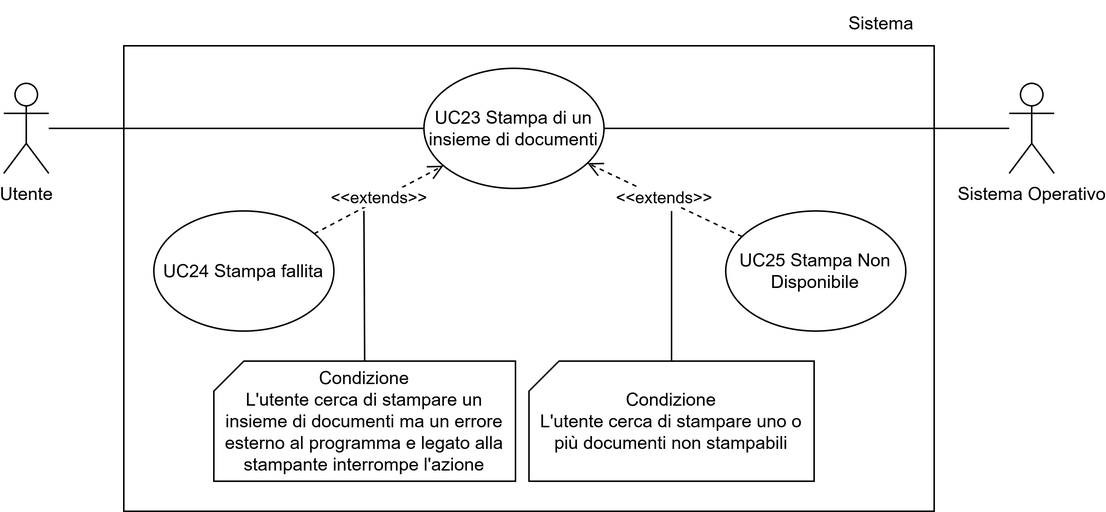
Earlier version of the draw.io export assets/uml/UC23.png (7-ZPUs/Docs). Source tidied: cells renumbered, new cells last; positions are measured from the earlier drawing's top-left corner, leaving out a move shared by most shapes.
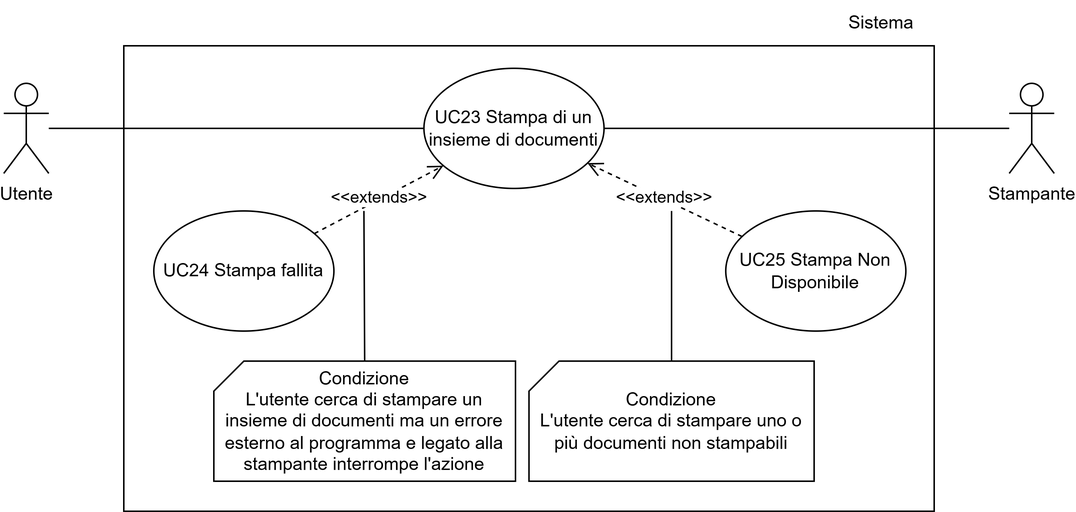
Later version of the same file.

The edit, as a diff of the source:
```diff
@@ -30,7 +30,7 @@
         <mxPoint x="240" y="140" as="targetPoint" />
       </mxGeometry>
     </mxCell>
-    <mxCell id="10" value="Sistema Operativo" style="shape=umlActor;verticalLabelPosition=bottom;verticalAlign=top;html=1;" parent="1" vertex="1">
+    <mxCell id="10" value="Stampante" style="shape=umlActor;verticalLabelPosition=bottom;verticalAlign=top;html=1;" parent="1" vertex="1">
       <mxGeometry x="670" y="55" width="30" height="60" as="geometry" />
     </mxCell>
     <mxCell id="11" style="endArrow=none;html=1;rounded=0;" parent="1" edge="1" source="4">
```
